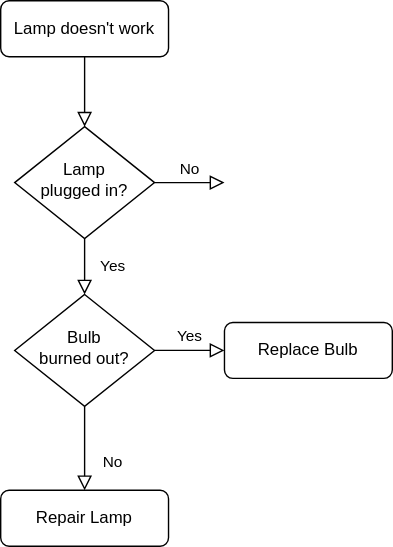
Above: 流程图测试.svg in InoryLwc/ConfigRepo (draw.io), before the change. Source tidied: cells renumbered, new cells last; positions are measured from the earlier drawing's top-left corner, leaving out a move shared by most shapes.
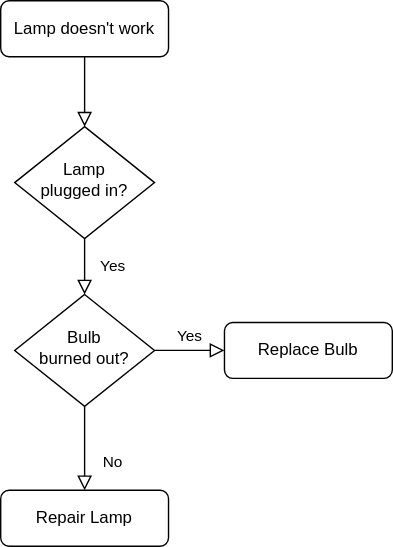
Above is the later version.

Commit message:
更新流程图测试.svg

What changed in the source:
```diff
@@ -11,11 +11,6 @@
     <mxCell id="4" value="Yes" style="rounded=0;html=1;jettySize=auto;fontSize=11;endArrow=block;endFill=0;endSize=8;strokeWidth=1;shadow=0;labelBackgroundColor=none;edgeStyle=orthogonalEdgeStyle;" parent="1" edge="1" source="6" target="9">
       <mxGeometry y="20" relative="1" as="geometry" />
     </mxCell>
-    <mxCell id="5" value="No" style="edgeStyle=orthogonalEdgeStyle;rounded=0;html=1;jettySize=auto;fontSize=11;endArrow=block;endFill=0;endSize=8;strokeWidth=1;shadow=0;labelBackgroundColor=none;" parent="1" edge="1" source="6">
-      <mxGeometry y="10" relative="1" as="geometry">
-        <mxPoint x="160" y="130" as="targetPoint" />
-      </mxGeometry>
-    </mxCell>
     <mxCell id="6" value="Lamp&lt;br&gt;plugged in?" style="rhombus;whiteSpace=wrap;html=1;shadow=0;fontFamily=Helvetica;fontSize=12;align=center;strokeWidth=1;spacing=6;spacingTop=-4;" parent="1" vertex="1">
       <mxGeometry x="10" y="90" width="100" height="80" as="geometry" />
     </mxCell>
```
